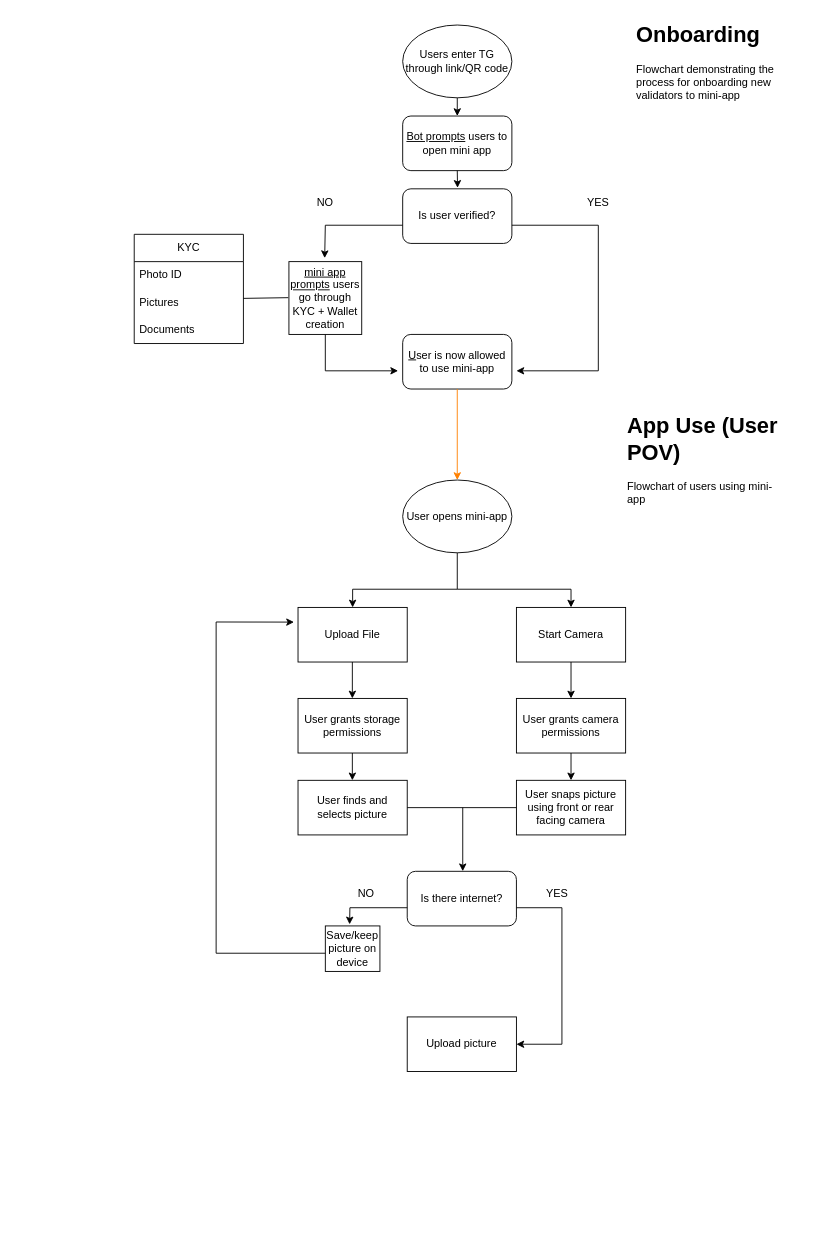
Above: page "Page-1" (1 of 2) of Flowchart.drawio in RobItu/Telegram-mini-app-example (draw.io), before the change. Source tidied: cells renumbered, new cells numbered last; positions are measured from the earlier drawing's top-left corner, leaving out a move shared by most shapes. Both pictures are drawn from the tidied source at 91%, with x=0, y=0 at pixel (134, 15).
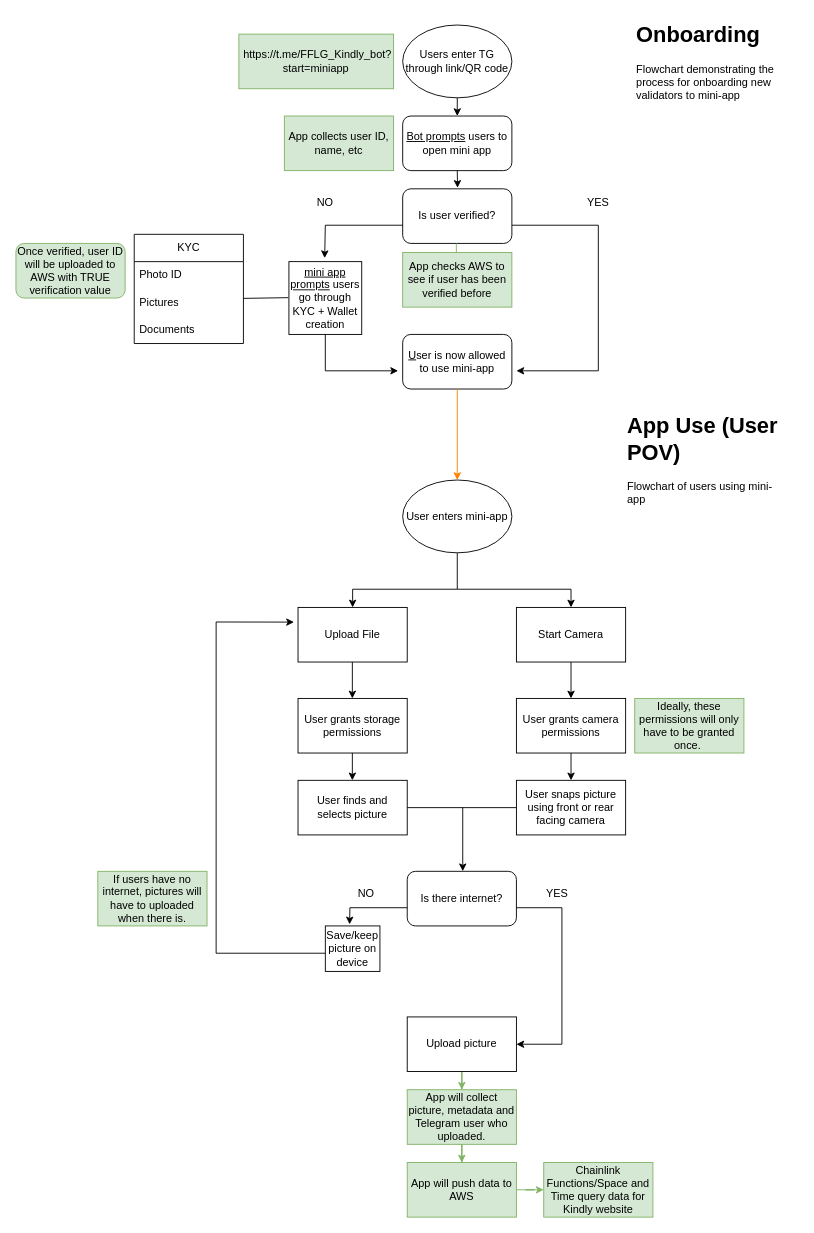
The same page after the edit.

Unchanged cells that the change refers to:
```xml
<mxCell id="33" value="Upload picture" style="rounded=0;whiteSpace=wrap;html=1;" parent="1" vertex="1">
  <mxGeometry x="300" y="1100" width="120" height="60" as="geometry" />
</mxCell>
```

The edit, as a diff of the source:
```diff
@@
-    <mxCell id="20" value="User opens mini-app" style="ellipse;whiteSpace=wrap;html=1;" parent="1" vertex="1">
+    <mxCell id="20" value="User enters mini-app" style="ellipse;whiteSpace=wrap;html=1;" parent="1" vertex="1">
       <mxGeometry x="295" y="510" width="120" height="80" as="geometry" />
     </mxCell>
@@
+    <mxCell id="45" style="edgeStyle=orthogonalEdgeStyle;rounded=0;jettySize=auto;html=1;fillColor=#d5e8d4;strokeColor=#82b366;" parent="1" edge="1" source="33" target="54">
+      <mxGeometry relative="1" as="geometry" />
+    </mxCell>
@@
+    <mxCell id="46" value="&amp;nbsp;https://t.me/FFLG_Kindly_bot?start=miniapp" style="rounded=0;whiteSpace=wrap;html=1;fillColor=#d5e8d4;strokeColor=#82b366;" parent="1" vertex="1">
+      <mxGeometry x="115" y="20" width="170" height="60" as="geometry" />
+    </mxCell>
+    <mxCell id="47" value="App collects user ID, name, etc" style="rounded=0;whiteSpace=wrap;html=1;fillColor=#d5e8d4;strokeColor=#82b366;" parent="1" vertex="1">
+      <mxGeometry x="165" y="110" width="120" height="60" as="geometry" />
+    </mxCell>
+    <mxCell id="48" value="Once verified, user ID will be uploaded to AWS with TRUE verification value" style="rounded=1;whiteSpace=wrap;html=1;fillColor=#d5e8d4;strokeColor=#82b366;" parent="1" vertex="1">
+      <mxGeometry x="-130" y="250" width="120" height="60" as="geometry" />
+    </mxCell>
+    <mxCell id="49" style="endArrow=none;html=1;rounded=0;fillColor=#d5e8d4;strokeColor=#82b366;" parent="1" edge="1">
+      <mxGeometry relative="1" as="geometry">
+        <mxPoint x="354" y="300" as="sourcePoint" />
+        <mxPoint x="354" y="250" as="targetPoint" />
+      </mxGeometry>
+    </mxCell>
+    <mxCell id="50" value="App checks AWS to see if user has been verified before" style="rounded=0;whiteSpace=wrap;html=1;fillColor=#d5e8d4;strokeColor=#82b366;" parent="1" vertex="1">
+      <mxGeometry x="295" y="260" width="120" height="60" as="geometry" />
+    </mxCell>
+    <mxCell id="51" value="Ideally, these permissions will only have to be granted once.&amp;nbsp;" style="rounded=0;whiteSpace=wrap;html=1;fillColor=#d5e8d4;strokeColor=#82b366;" parent="1" vertex="1">
+      <mxGeometry x="550" y="750" width="120" height="60" as="geometry" />
+    </mxCell>
+    <mxCell id="52" value="If users have no internet, pictures will have to uploaded when there is." style="rounded=0;whiteSpace=wrap;html=1;fillColor=#d5e8d4;strokeColor=#82b366;" parent="1" vertex="1">
+      <mxGeometry x="-40" y="940" width="120" height="60" as="geometry" />
+    </mxCell>
+    <mxCell id="53" style="edgeStyle=orthogonalEdgeStyle;rounded=0;jettySize=auto;html=1;fillColor=#d5e8d4;strokeColor=#82b366;" parent="1" edge="1" source="54" target="56">
+      <mxGeometry relative="1" as="geometry" />
+    </mxCell>
+    <mxCell id="54" value="App will collect picture, metadata and Telegram user who uploaded." style="whiteSpace=wrap;html=1;rounded=0;fillColor=#d5e8d4;strokeColor=#82b366;" parent="1" vertex="1">
+      <mxGeometry x="300" y="1180" width="120" height="60" as="geometry" />
+    </mxCell>
+    <mxCell id="55" style="edgeStyle=orthogonalEdgeStyle;rounded=0;jettySize=auto;html=1;fillColor=#d5e8d4;strokeColor=#82b366;" parent="1" edge="1" source="56" target="57">
+      <mxGeometry relative="1" as="geometry" />
+    </mxCell>
+    <mxCell id="56" value="App will push data to AWS" style="whiteSpace=wrap;html=1;rounded=0;fillColor=#d5e8d4;strokeColor=#82b366;" parent="1" vertex="1">
+      <mxGeometry x="300" y="1260" width="120" height="60" as="geometry" />
+    </mxCell>
+    <mxCell id="57" value="Chainlink Functions/Space and Time query data for Kindly website" style="whiteSpace=wrap;html=1;rounded=0;fillColor=#d5e8d4;strokeColor=#82b366;" parent="1" vertex="1">
+      <mxGeometry x="450" y="1260" width="120" height="60" as="geometry" />
+    </mxCell>
```
